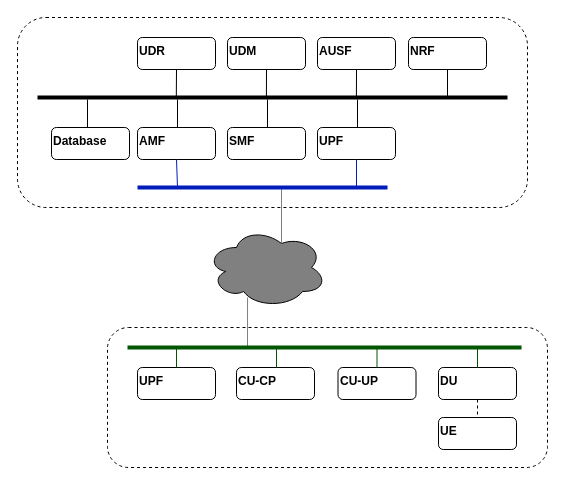
Above: page "split" (4 of 6) of images/5g.drawio in dsaucez/blueprint (draw.io), before the change. Source tidied: cells renumbered, new cells numbered last; positions are measured from the earlier drawing's top-left corner, leaving out a move shared by most shapes. Both pictures are drawn from the tidied source at 100%, with x=0, y=0 at pixel (17, 17).
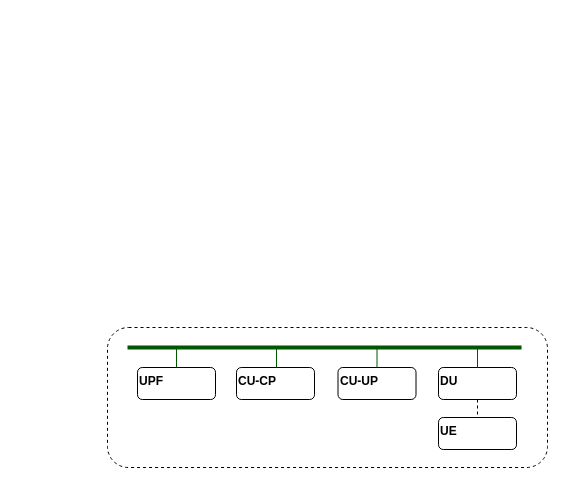
The same diagram, later.

The edit, as a diff of the source:
```diff
@@
-    <mxCell id="3" style="rounded=1;whiteSpace=wrap;html=1;strokeColor=#000000;strokeWidth=1;fontColor=#000000;fillColor=none;align=center;verticalAlign=top;dashed=1;" parent="1" vertex="1">
-      <mxGeometry width="510" height="190" as="geometry" />
-    </mxCell>
-    <mxCell id="4" value="&lt;b&gt;UDR&lt;/b&gt;" style="rounded=1;whiteSpace=wrap;html=1;strokeColor=#000000;strokeWidth=1;fontColor=#000000;fillColor=none;align=left;verticalAlign=top;" parent="1" vertex="1">
-      <mxGeometry x="120" y="20" width="78" height="32" as="geometry" />
-    </mxCell>
-    <mxCell id="5" value="&lt;b&gt;UDM&lt;/b&gt;" style="rounded=1;whiteSpace=wrap;html=1;strokeColor=#000000;strokeWidth=1;fontColor=#000000;fillColor=none;align=left;verticalAlign=top;" parent="1" vertex="1">
-      <mxGeometry x="210" y="20" width="78" height="32" as="geometry" />
-    </mxCell>
-    <mxCell id="6" value="&lt;b&gt;NRF&lt;/b&gt;" style="rounded=1;whiteSpace=wrap;html=1;strokeColor=#000000;strokeWidth=1;fontColor=#000000;fillColor=none;align=left;verticalAlign=top;" parent="1" vertex="1">
-      <mxGeometry x="391" y="20" width="78" height="32" as="geometry" />
-    </mxCell>
-    <mxCell id="7" value="&lt;b&gt;AMF&lt;/b&gt;" style="rounded=1;whiteSpace=wrap;html=1;strokeColor=#000000;strokeWidth=1;fontColor=#000000;fillColor=none;align=left;verticalAlign=top;" parent="1" vertex="1">
-      <mxGeometry x="120" y="110" width="78" height="32" as="geometry" />
-    </mxCell>
-    <mxCell id="8" value="&lt;b&gt;UPF&lt;/b&gt;" style="rounded=1;whiteSpace=wrap;html=1;strokeColor=#000000;strokeWidth=1;fontColor=#000000;fillColor=none;align=left;verticalAlign=top;" parent="1" vertex="1">
-      <mxGeometry x="300" y="110" width="78" height="32" as="geometry" />
-    </mxCell>
-    <mxCell id="9" value="&lt;b&gt;SMF&lt;/b&gt;" style="rounded=1;whiteSpace=wrap;html=1;strokeColor=#000000;strokeWidth=1;fontColor=#000000;fillColor=none;align=left;verticalAlign=top;" parent="1" vertex="1">
-      <mxGeometry x="210" y="110" width="78" height="32" as="geometry" />
-    </mxCell>
-    <mxCell id="10" value="&lt;b&gt;AUSF&lt;/b&gt;" style="rounded=1;whiteSpace=wrap;html=1;strokeColor=#000000;strokeWidth=1;fontColor=#000000;fillColor=none;align=left;verticalAlign=top;" parent="1" vertex="1">
-      <mxGeometry x="300" y="20" width="78" height="32" as="geometry" />
-    </mxCell>
-    <mxCell id="11" value="&lt;b&gt;Database&lt;/b&gt;" style="rounded=1;whiteSpace=wrap;html=1;strokeColor=#000000;strokeWidth=1;fontColor=#000000;fillColor=none;align=left;verticalAlign=top;" parent="1" vertex="1">
-      <mxGeometry x="34" y="110" width="78" height="32" as="geometry" />
-    </mxCell>
-    <mxCell id="12" style="endArrow=none;html=1;fontColor=#000000;strokeWidth=4;strokeColor=#000000;" parent="1" edge="1">
-      <mxGeometry relative="1" as="geometry">
-        <mxPoint x="490" y="80" as="sourcePoint" />
-        <mxPoint x="20" y="80" as="targetPoint" />
-      </mxGeometry>
-    </mxCell>
-    <mxCell id="13" style="edgeStyle=none;html=1;strokeColor=#000000;strokeWidth=1;fontColor=#000000;endArrow=none;endFill=0;exitX=0.5;exitY=1;exitDx=0;exitDy=0;" parent="1" edge="1" source="6">
-      <mxGeometry relative="1" as="geometry">
-        <mxPoint x="430" y="80" as="targetPoint" />
-      </mxGeometry>
-    </mxCell>
-    <mxCell id="14" style="edgeStyle=none;html=1;strokeColor=#000000;strokeWidth=1;fontColor=#000000;endArrow=none;endFill=0;exitX=0.5;exitY=1;exitDx=0;exitDy=0;" parent="1" edge="1" source="10">
-      <mxGeometry relative="1" as="geometry">
-        <mxPoint x="338.9" y="80" as="targetPoint" />
-      </mxGeometry>
-    </mxCell>
-    <mxCell id="15" style="edgeStyle=none;html=1;strokeColor=#000000;strokeWidth=1;fontColor=#000000;endArrow=none;endFill=0;exitX=0.5;exitY=1;exitDx=0;exitDy=0;" parent="1" edge="1" source="5">
-      <mxGeometry relative="1" as="geometry">
-        <mxPoint x="248.9" y="80" as="targetPoint" />
-      </mxGeometry>
-    </mxCell>
-    <mxCell id="16" style="edgeStyle=none;html=1;strokeColor=#000000;strokeWidth=1;fontColor=#000000;endArrow=none;endFill=0;exitX=0.5;exitY=1;exitDx=0;exitDy=0;" parent="1" edge="1" source="4">
-      <mxGeometry relative="1" as="geometry">
-        <mxPoint x="158.8" y="80" as="targetPoint" />
-      </mxGeometry>
-    </mxCell>
-    <mxCell id="17" style="edgeStyle=none;html=1;strokeColor=#000000;strokeWidth=1;fontColor=#000000;endArrow=none;endFill=0;exitX=0.5;exitY=1;exitDx=0;exitDy=0;" parent="1" edge="1">
-      <mxGeometry relative="1" as="geometry">
-        <mxPoint x="340" y="82" as="sourcePoint" />
-        <mxPoint x="340" y="110" as="targetPoint" />
-      </mxGeometry>
-    </mxCell>
-    <mxCell id="18" style="edgeStyle=none;html=1;strokeColor=#000000;strokeWidth=1;fontColor=#000000;endArrow=none;endFill=0;exitX=0.5;exitY=1;exitDx=0;exitDy=0;" parent="1" edge="1">
-      <mxGeometry relative="1" as="geometry">
-        <mxPoint x="250" y="82" as="sourcePoint" />
-        <mxPoint x="250" y="110" as="targetPoint" />
-      </mxGeometry>
-    </mxCell>
-    <mxCell id="19" style="edgeStyle=none;html=1;strokeColor=#000000;strokeWidth=1;fontColor=#000000;endArrow=none;endFill=0;exitX=0.5;exitY=1;exitDx=0;exitDy=0;" parent="1" edge="1">
-      <mxGeometry relative="1" as="geometry">
-        <mxPoint x="160" y="82" as="sourcePoint" />
-        <mxPoint x="160" y="110" as="targetPoint" />
-      </mxGeometry>
-    </mxCell>
-    <mxCell id="20" style="edgeStyle=none;html=1;strokeColor=#000000;strokeWidth=1;fontColor=#000000;endArrow=none;endFill=0;exitX=0.5;exitY=1;exitDx=0;exitDy=0;" parent="1" edge="1">
-      <mxGeometry relative="1" as="geometry">
-        <mxPoint x="70" y="82" as="sourcePoint" />
-        <mxPoint x="70" y="110" as="targetPoint" />
-      </mxGeometry>
-    </mxCell>
@@
-    <mxCell id="24" style="edgeStyle=none;html=1;strokeColor=#001DBC;strokeWidth=1;fontColor=#000000;endArrow=none;endFill=0;fillColor=#0050ef;exitX=0.5;exitY=1;exitDx=0;exitDy=0;" parent="1" edge="1" source="7">
-      <mxGeometry relative="1" as="geometry">
-        <mxPoint x="160" y="170" as="targetPoint" />
-      </mxGeometry>
-    </mxCell>
-    <mxCell id="25" style="edgeStyle=none;html=1;strokeColor=#001DBC;strokeWidth=1;fontColor=#000000;endArrow=none;endFill=0;fillColor=#0050ef;exitX=0.5;exitY=1;exitDx=0;exitDy=0;" parent="1" edge="1" source="8">
-      <mxGeometry relative="1" as="geometry">
-        <mxPoint x="339" y="170" as="targetPoint" />
-      </mxGeometry>
-    </mxCell>
@@
-    <mxCell id="27" style="ellipse;shape=cloud;whiteSpace=wrap;html=1;fillColor=#808080;" parent="1" vertex="1">
-      <mxGeometry x="189" y="210" width="120" height="80" as="geometry" />
-    </mxCell>
-    <mxCell id="28" style="edgeStyle=none;html=1;strokeColor=#808080;strokeWidth=1;fontColor=#000000;endArrow=none;endFill=0;fillColor=#a20025;entryX=0.625;entryY=0.2;entryDx=0;entryDy=0;entryPerimeter=0;" parent="1" edge="1" target="27">
-      <mxGeometry relative="1" as="geometry">
-        <mxPoint x="264" y="170" as="sourcePoint" />
-      </mxGeometry>
-    </mxCell>
-    <mxCell id="29" style="endArrow=none;html=1;fontColor=#000000;strokeWidth=4;strokeColor=#001DBC;fillColor=#0050ef;" parent="1" edge="1">
-      <mxGeometry relative="1" as="geometry">
-        <mxPoint x="370" y="170" as="sourcePoint" />
-        <mxPoint x="120" y="170" as="targetPoint" />
-      </mxGeometry>
-    </mxCell>
-    <mxCell id="30" style="edgeStyle=none;html=1;strokeColor=#808080;strokeWidth=1;fontColor=#000000;endArrow=none;endFill=0;fillColor=#a20025;exitX=0.342;exitY=0.875;exitDx=0;exitDy=0;exitPerimeter=0;" parent="1" edge="1" source="27">
-      <mxGeometry relative="1" as="geometry">
-        <mxPoint x="230" y="330" as="targetPoint" />
-      </mxGeometry>
-    </mxCell>
```
